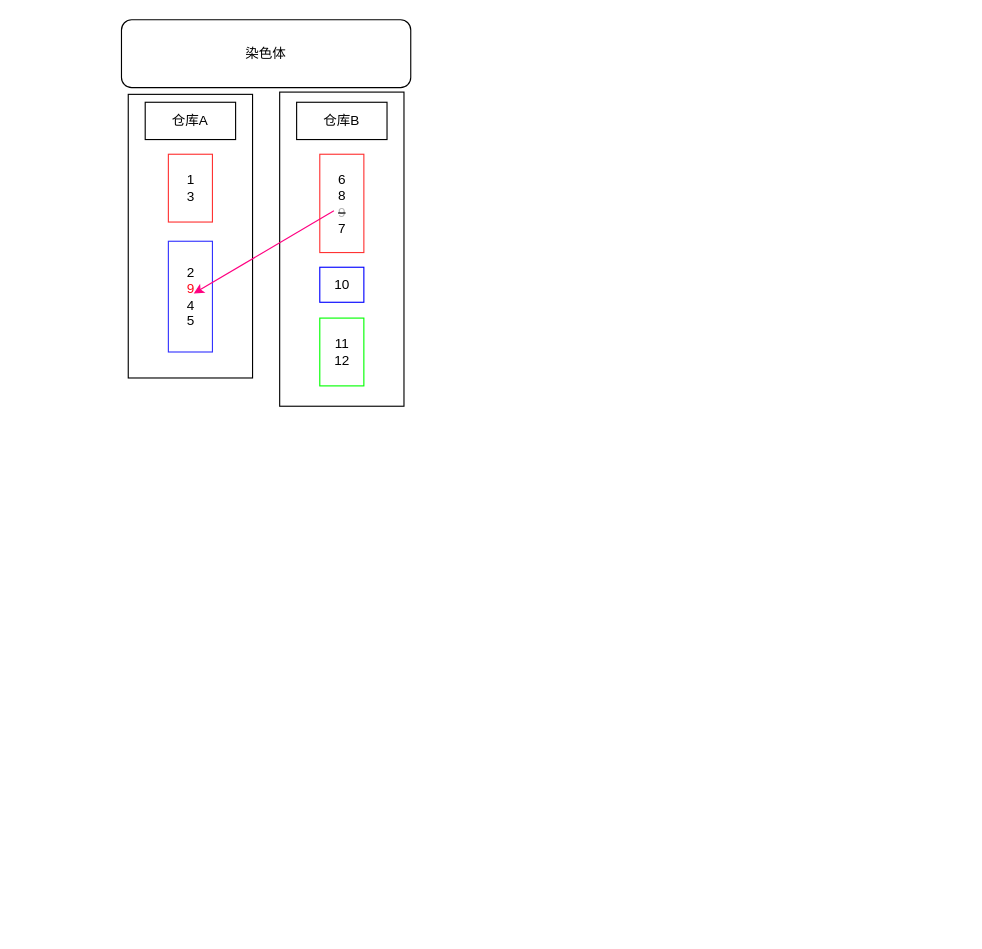
The draw.io diagram demo/染色体2.drawio in BoningZ/draw.io, before the edit. Source tidied: cells renumbered, new cells numbered last; positions are measured from the earlier drawing's top-left corner, leaving out a move shared by most shapes. Both pictures are drawn from the tidied source at 113%, with x=0, y=0 at pixel (121, 19).
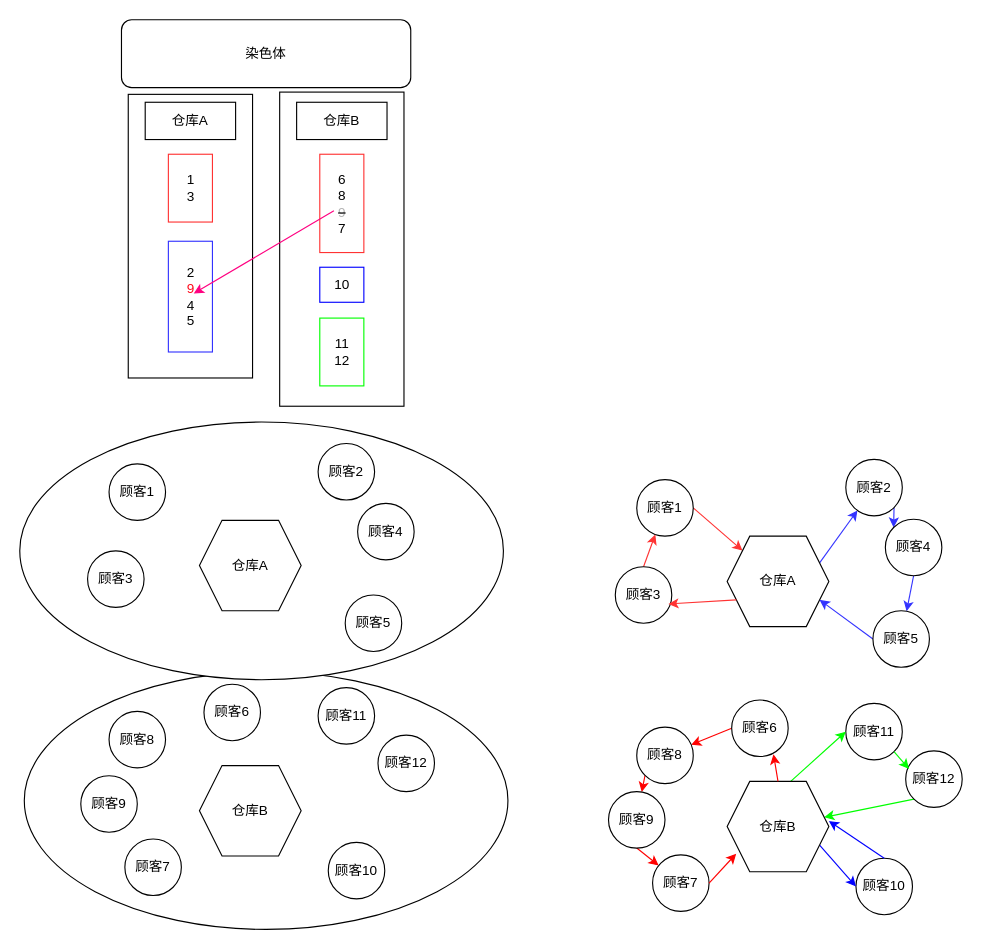
The same page after the edit.

Commit message (it also covers changes not shown here):
更新染色体2.drawio

What changed in the source:
```diff
@@
+    <mxCell id="13" style="ellipse;whiteSpace=wrap;html=1;" parent="1" vertex="1">
+      <mxGeometry x="-86" y="577" width="428" height="228" as="geometry" />
+    </mxCell>
+    <mxCell id="14" style="ellipse;whiteSpace=wrap;html=1;" parent="1" vertex="1">
+      <mxGeometry x="-90" y="356" width="428" height="228" as="geometry" />
+    </mxCell>
@@
+    <mxCell id="15" value="顾客1" style="ellipse;whiteSpace=wrap;html=1;" parent="1" vertex="1">
+      <mxGeometry x="-11" y="393" width="50" height="50" as="geometry" />
+    </mxCell>
+    <mxCell id="16" value="仓库A" style="shape=hexagon;perimeter=hexagonPerimeter2;whiteSpace=wrap;html=1;fixedSize=1;" parent="1" vertex="1">
+      <mxGeometry x="69" y="443" width="90" height="80" as="geometry" />
+    </mxCell>
+    <mxCell id="17" value="顾客2" style="ellipse;whiteSpace=wrap;html=1;" parent="1" vertex="1">
+      <mxGeometry x="174" y="375" width="50" height="50" as="geometry" />
+    </mxCell>
+    <mxCell id="18" value="顾客4" style="ellipse;whiteSpace=wrap;html=1;" parent="1" vertex="1">
+      <mxGeometry x="209" y="428" width="50" height="50" as="geometry" />
+    </mxCell>
+    <mxCell id="19" value="顾客3" style="ellipse;whiteSpace=wrap;html=1;" parent="1" vertex="1">
+      <mxGeometry x="-30" y="470" width="50" height="50" as="geometry" />
+    </mxCell>
+    <mxCell id="20" value="顾客10" style="ellipse;whiteSpace=wrap;html=1;" parent="1" vertex="1">
+      <mxGeometry x="183" y="728" width="50" height="50" as="geometry" />
+    </mxCell>
+    <mxCell id="21" value="顾客6" style="ellipse;whiteSpace=wrap;html=1;" parent="1" vertex="1">
+      <mxGeometry x="73" y="588" width="50" height="50" as="geometry" />
+    </mxCell>
+    <mxCell id="22" value="顾客8" style="ellipse;whiteSpace=wrap;html=1;" parent="1" vertex="1">
+      <mxGeometry x="-11" y="612" width="50" height="50" as="geometry" />
+    </mxCell>
+    <mxCell id="23" value="顾客9" style="ellipse;whiteSpace=wrap;html=1;" parent="1" vertex="1">
+      <mxGeometry x="-36" y="669" width="50" height="50" as="geometry" />
+    </mxCell>
+    <mxCell id="24" value="顾客7" style="ellipse;whiteSpace=wrap;html=1;" parent="1" vertex="1">
+      <mxGeometry x="3" y="725" width="50" height="50" as="geometry" />
+    </mxCell>
+    <mxCell id="25" value="顾客5" style="ellipse;whiteSpace=wrap;html=1;" parent="1" vertex="1">
+      <mxGeometry x="198" y="509" width="50" height="50" as="geometry" />
+    </mxCell>
+    <mxCell id="26" value="顾客12" style="ellipse;whiteSpace=wrap;html=1;" parent="1" vertex="1">
+      <mxGeometry x="227" y="633" width="50" height="50" as="geometry" />
+    </mxCell>
+    <mxCell id="27" value="顾客11" style="ellipse;whiteSpace=wrap;html=1;" parent="1" vertex="1">
+      <mxGeometry x="174" y="591" width="50" height="50" as="geometry" />
+    </mxCell>
+    <mxCell id="28" value="仓库B" style="shape=hexagon;perimeter=hexagonPerimeter2;whiteSpace=wrap;html=1;fixedSize=1;" parent="1" vertex="1">
+      <mxGeometry x="69" y="660" width="90" height="80" as="geometry" />
+    </mxCell>
+    <mxCell id="29" style="rounded=0;jettySize=auto;html=1;exitX=1;exitY=0.5;exitDx=0;exitDy=0;strokeColor=#FF3333;" parent="1" edge="1" source="30" target="32">
+      <mxGeometry relative="1" as="geometry" />
+    </mxCell>
+    <mxCell id="30" value="顾客1" style="ellipse;whiteSpace=wrap;html=1;" parent="1" vertex="1">
+      <mxGeometry x="456" y="407" width="50" height="50" as="geometry" />
+    </mxCell>
+    <mxCell id="31" style="edgeStyle=none;rounded=0;jettySize=auto;html=1;exitX=1;exitY=0.25;exitDx=0;exitDy=0;strokeColor=#3333FF;" parent="1" edge="1" source="32" target="34">
+      <mxGeometry relative="1" as="geometry" />
+    </mxCell>
+    <mxCell id="32" value="仓库A" style="shape=hexagon;perimeter=hexagonPerimeter2;whiteSpace=wrap;html=1;fixedSize=1;" parent="1" vertex="1">
+      <mxGeometry x="536" y="457" width="90" height="80" as="geometry" />
+    </mxCell>
+    <mxCell id="33" style="edgeStyle=none;rounded=0;jettySize=auto;html=1;exitX=1;exitY=1;exitDx=0;exitDy=0;entryX=0;entryY=0;entryDx=0;entryDy=0;strokeColor=#3333FF;" parent="1" edge="1" source="34" target="36">
+      <mxGeometry relative="1" as="geometry" />
+    </mxCell>
+    <mxCell id="34" value="顾客2" style="ellipse;whiteSpace=wrap;html=1;" parent="1" vertex="1">
+      <mxGeometry x="641" y="389" width="50" height="50" as="geometry" />
+    </mxCell>
+    <mxCell id="35" style="edgeStyle=none;rounded=0;jettySize=auto;html=1;exitX=0.5;exitY=1;exitDx=0;exitDy=0;strokeColor=#3333FF;" parent="1" edge="1" source="36" target="48">
+      <mxGeometry relative="1" as="geometry" />
+    </mxCell>
+    <mxCell id="36" value="顾客4" style="ellipse;whiteSpace=wrap;html=1;" parent="1" vertex="1">
+      <mxGeometry x="676" y="442" width="50" height="50" as="geometry" />
+    </mxCell>
+    <mxCell id="37" style="rounded=0;jettySize=auto;html=1;exitX=0.5;exitY=0;exitDx=0;exitDy=0;strokeColor=#FF3333;" parent="1" edge="1" source="38" target="30">
+      <mxGeometry relative="1" as="geometry" />
+    </mxCell>
+    <mxCell id="38" value="顾客3" style="ellipse;whiteSpace=wrap;html=1;" parent="1" vertex="1">
+      <mxGeometry x="437" y="484" width="50" height="50" as="geometry" />
+    </mxCell>
+    <mxCell id="39" value="顾客10" style="ellipse;whiteSpace=wrap;html=1;" parent="1" vertex="1">
+      <mxGeometry x="650" y="742" width="50" height="50" as="geometry" />
+    </mxCell>
+    <mxCell id="40" style="edgeStyle=none;rounded=0;jettySize=auto;html=1;exitX=0;exitY=0.5;exitDx=0;exitDy=0;strokeColor=#FF0000;" parent="1" edge="1" source="41" target="43">
+      <mxGeometry relative="1" as="geometry" />
+    </mxCell>
+    <mxCell id="41" value="顾客6" style="ellipse;whiteSpace=wrap;html=1;" parent="1" vertex="1">
+      <mxGeometry x="540" y="602" width="50" height="50" as="geometry" />
+    </mxCell>
+    <mxCell id="42" style="edgeStyle=none;rounded=0;jettySize=auto;html=1;exitX=0;exitY=1;exitDx=0;exitDy=0;strokeColor=#FF0000;" parent="1" edge="1" source="43" target="45">
+      <mxGeometry relative="1" as="geometry" />
+    </mxCell>
+    <mxCell id="43" value="顾客8" style="ellipse;whiteSpace=wrap;html=1;" parent="1" vertex="1">
+      <mxGeometry x="456" y="626" width="50" height="50" as="geometry" />
+    </mxCell>
+    <mxCell id="44" style="edgeStyle=none;rounded=0;jettySize=auto;html=1;exitX=0.5;exitY=1;exitDx=0;exitDy=0;strokeColor=#FF0000;" parent="1" edge="1" source="45" target="46">
+      <mxGeometry relative="1" as="geometry" />
+    </mxCell>
+    <mxCell id="45" value="顾客9" style="ellipse;whiteSpace=wrap;html=1;" parent="1" vertex="1">
+      <mxGeometry x="431" y="683" width="50" height="50" as="geometry" />
+    </mxCell>
+    <mxCell id="46" value="顾客7" style="ellipse;whiteSpace=wrap;html=1;" parent="1" vertex="1">
+      <mxGeometry x="470" y="739" width="50" height="50" as="geometry" />
+    </mxCell>
+    <mxCell id="47" style="edgeStyle=none;rounded=0;jettySize=auto;html=1;exitX=0;exitY=0.5;exitDx=0;exitDy=0;entryX=1;entryY=0.75;entryDx=0;entryDy=0;strokeColor=#3333FF;" parent="1" edge="1" source="48" target="32">
+      <mxGeometry relative="1" as="geometry" />
+    </mxCell>
+    <mxCell id="48" value="顾客5" style="ellipse;whiteSpace=wrap;html=1;" parent="1" vertex="1">
+      <mxGeometry x="665" y="523" width="50" height="50" as="geometry" />
+    </mxCell>
+    <mxCell id="49" style="edgeStyle=none;rounded=0;jettySize=auto;html=1;exitX=0;exitY=1;exitDx=0;exitDy=0;strokeColor=#00FF00;" parent="1" edge="1" source="50" target="54">
+      <mxGeometry relative="1" as="geometry" />
+    </mxCell>
+    <mxCell id="50" value="顾客12" style="ellipse;whiteSpace=wrap;html=1;" parent="1" vertex="1">
+      <mxGeometry x="694" y="647" width="50" height="50" as="geometry" />
+    </mxCell>
+    <mxCell id="51" value="顾客11" style="ellipse;whiteSpace=wrap;html=1;" parent="1" vertex="1">
+      <mxGeometry x="641" y="605" width="50" height="50" as="geometry" />
+    </mxCell>
+    <mxCell id="52" style="edgeStyle=none;rounded=0;jettySize=auto;html=1;exitX=1;exitY=0.75;exitDx=0;exitDy=0;entryX=0;entryY=0.5;entryDx=0;entryDy=0;strokeColor=#0000FF;" parent="1" edge="1" source="54" target="39">
+      <mxGeometry relative="1" as="geometry" />
+    </mxCell>
+    <mxCell id="53" style="edgeStyle=none;rounded=0;jettySize=auto;html=1;exitX=0.625;exitY=0;exitDx=0;exitDy=0;entryX=0;entryY=0.5;entryDx=0;entryDy=0;strokeColor=#00FF00;" parent="1" edge="1" source="54" target="51">
+      <mxGeometry relative="1" as="geometry" />
+    </mxCell>
+    <mxCell id="54" value="仓库B" style="shape=hexagon;perimeter=hexagonPerimeter2;whiteSpace=wrap;html=1;fixedSize=1;" parent="1" vertex="1">
+      <mxGeometry x="536" y="674" width="90" height="80" as="geometry" />
+    </mxCell>
+    <mxCell id="55" style="rounded=0;jettySize=auto;html=1;exitX=0;exitY=0.75;exitDx=0;exitDy=0;entryX=0.94;entryY=0.66;entryDx=0;entryDy=0;entryPerimeter=0;strokeColor=#FF3333;" parent="1" edge="1" source="32" target="38">
+      <mxGeometry relative="1" as="geometry" />
+    </mxCell>
+    <mxCell id="56" style="edgeStyle=none;rounded=0;jettySize=auto;html=1;exitX=0.5;exitY=0;exitDx=0;exitDy=0;entryX=0.74;entryY=0.96;entryDx=0;entryDy=0;entryPerimeter=0;strokeColor=#FF0000;" parent="1" edge="1" source="54" target="41">
+      <mxGeometry relative="1" as="geometry" />
+    </mxCell>
+    <mxCell id="57" style="edgeStyle=none;rounded=0;jettySize=auto;html=1;exitX=1;exitY=0.5;exitDx=0;exitDy=0;entryX=0.089;entryY=0.8;entryDx=0;entryDy=0;entryPerimeter=0;strokeColor=#FF0000;" parent="1" edge="1" source="46" target="54">
+      <mxGeometry relative="1" as="geometry" />
+    </mxCell>
+    <mxCell id="58" style="edgeStyle=none;rounded=0;jettySize=auto;html=1;exitX=0.5;exitY=0;exitDx=0;exitDy=0;entryX=1;entryY=0.438;entryDx=0;entryDy=0;entryPerimeter=0;strokeColor=#0000FF;" parent="1" edge="1" source="39" target="54">
+      <mxGeometry relative="1" as="geometry" />
+    </mxCell>
+    <mxCell id="59" style="edgeStyle=none;rounded=0;jettySize=auto;html=1;exitX=1;exitY=1;exitDx=0;exitDy=0;entryX=0.06;entryY=0.32;entryDx=0;entryDy=0;entryPerimeter=0;strokeColor=#00FF00;" parent="1" edge="1" source="51" target="50">
+      <mxGeometry relative="1" as="geometry" />
+    </mxCell>
```
